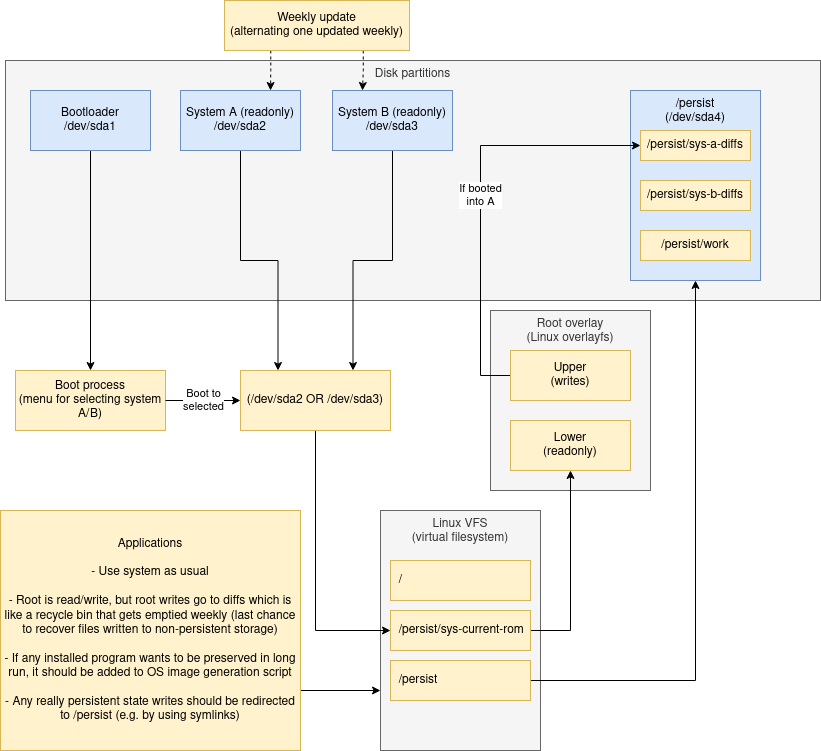
This is docs/overview.png from joonas-fi/joonas-sys, a draw.io export, as it was before one commit. Source tidied: cells renumbered, new cells last; positions are measured from the earlier drawing's top-left corner, leaving out a move shared by most shapes.
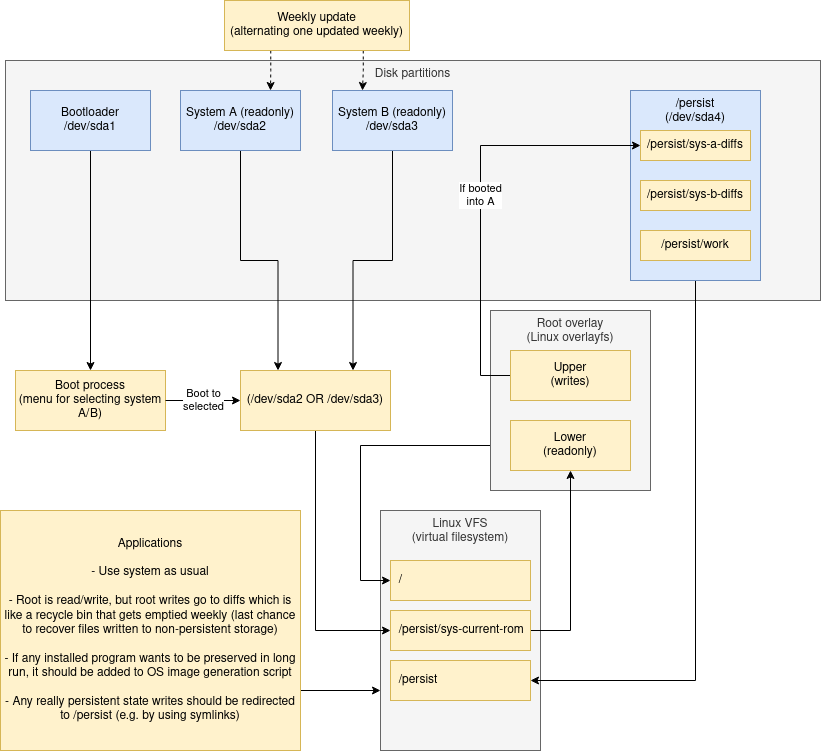
Above is the later version.

Commit message:
fix bug in overview picture

The edit, as a diff of the source:
```diff
@@ -8,6 +8,9 @@
     <mxCell id="3" value="Disk partitions" style="rounded=0;whiteSpace=wrap;html=1;verticalAlign=top;fillColor=#f5f5f5;strokeColor=#666666;fontColor=#333333;" parent="1" vertex="1">
       <mxGeometry x="5" y="60" width="815" height="240" as="geometry" />
     </mxCell>
+    <mxCell id="32" style="edgeStyle=orthogonalEdgeStyle;rounded=0;jettySize=auto;html=1;exitX=0.5;exitY=1;exitDx=0;exitDy=0;entryX=1;entryY=0.5;entryDx=0;entryDy=0;" parent="1" edge="1" source="4" target="24">
+      <mxGeometry relative="1" as="geometry" />
+    </mxCell>
     <mxCell id="4" value="&lt;div&gt;/persist&lt;/div&gt;&lt;div&gt;(/dev/sda4)&lt;br&gt;&lt;/div&gt;" style="rounded=0;whiteSpace=wrap;html=1;verticalAlign=top;fillColor=#dae8fc;strokeColor=#6c8ebf;" parent="1" vertex="1">
       <mxGeometry x="630" y="90" width="130" height="190" as="geometry" />
     </mxCell>
@@ -29,6 +32,14 @@
     <mxCell id="10" value="&lt;div&gt;System B (readonly)&lt;/div&gt;&lt;div&gt;/dev/sda3&lt;br&gt;&lt;/div&gt;" style="rounded=0;whiteSpace=wrap;html=1;fillColor=#dae8fc;strokeColor=#6c8ebf;" parent="1" vertex="1">
       <mxGeometry x="332" y="90" width="120" height="60" as="geometry" />
     </mxCell>
+    <mxCell id="33" style="edgeStyle=orthogonalEdgeStyle;rounded=0;jettySize=auto;html=1;exitX=0;exitY=0.75;exitDx=0;exitDy=0;entryX=0;entryY=0.5;entryDx=0;entryDy=0;" parent="1" edge="1" source="11" target="22">
+      <mxGeometry relative="1" as="geometry">
+        <Array as="points">
+          <mxPoint x="360" y="445" />
+          <mxPoint x="360" y="580" />
+        </Array>
+      </mxGeometry>
+    </mxCell>
     <mxCell id="11" value="&lt;div&gt;Root overlay&lt;/div&gt;&lt;div&gt;(Linux overlayfs)&lt;br&gt;&lt;/div&gt;" style="rounded=0;whiteSpace=wrap;html=1;verticalAlign=top;fillColor=#f5f5f5;strokeColor=#666666;fontColor=#333333;" parent="1" vertex="1">
       <mxGeometry x="490" y="310" width="160" height="180" as="geometry" />
     </mxCell>
@@ -70,9 +81,6 @@
     <mxCell id="22" value="&amp;nbsp; /" style="rounded=0;whiteSpace=wrap;html=1;align=left;fillColor=#fff2cc;strokeColor=#d6b656;" parent="1" vertex="1">
       <mxGeometry x="390" y="560" width="140" height="40" as="geometry" />
     </mxCell>
-    <mxCell id="23" style="edgeStyle=orthogonalEdgeStyle;rounded=0;jettySize=auto;html=1;exitX=1;exitY=0.5;exitDx=0;exitDy=0;entryX=0.5;entryY=1;entryDx=0;entryDy=0;" parent="1" edge="1" source="24" target="4">
-      <mxGeometry relative="1" as="geometry" />
-    </mxCell>
     <mxCell id="24" value="&lt;div&gt;&amp;nbsp; /persist&lt;/div&gt;" style="rounded=0;whiteSpace=wrap;html=1;align=left;fillColor=#fff2cc;strokeColor=#d6b656;" parent="1" vertex="1">
       <mxGeometry x="390" y="660" width="140" height="40" as="geometry" />
     </mxCell>
```
